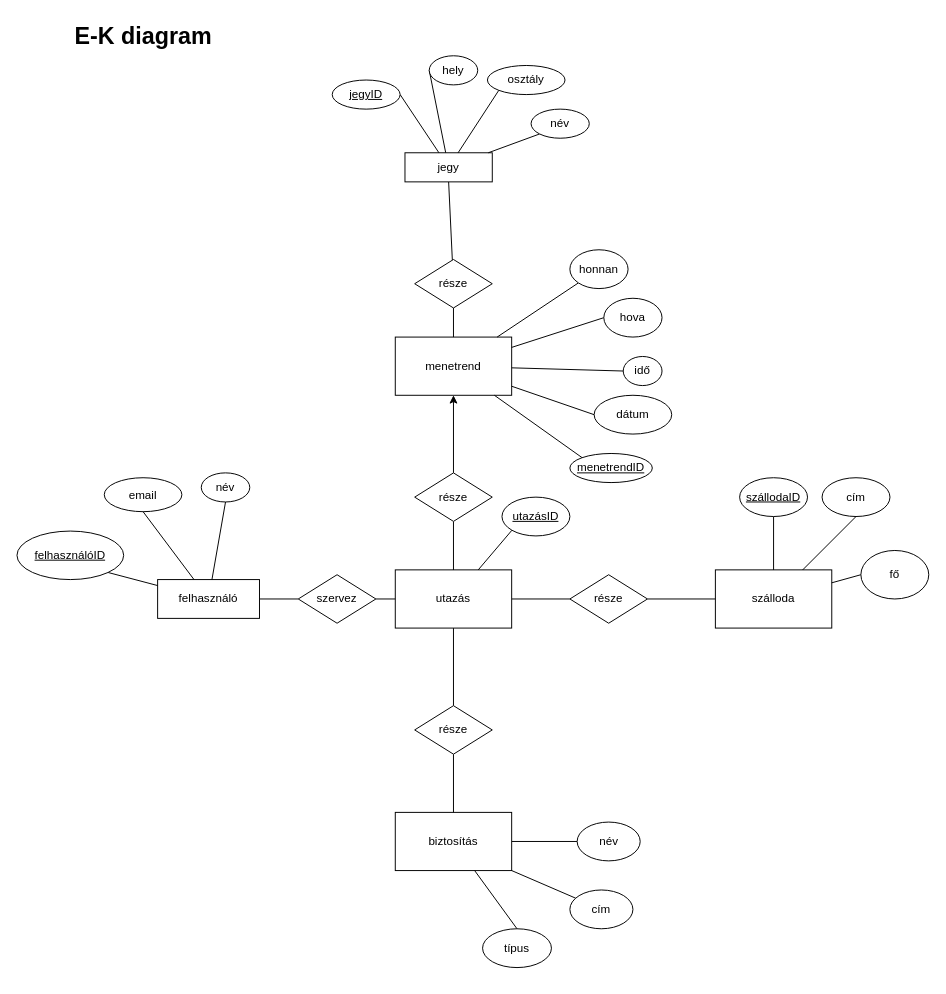
The draw.io diagram page "E-K diagram" (5 of 6) of docs/utazasi_iroda.drawio in Skrivoo/utazasi-iroda-project, before the edit. Source tidied: cells renumbered, new cells numbered last; positions are measured from the earlier drawing's top-left corner, leaving out a move shared by most shapes. Both pictures are drawn from the tidied source at 97%, with x=0, y=0 at pixel (16, 16).
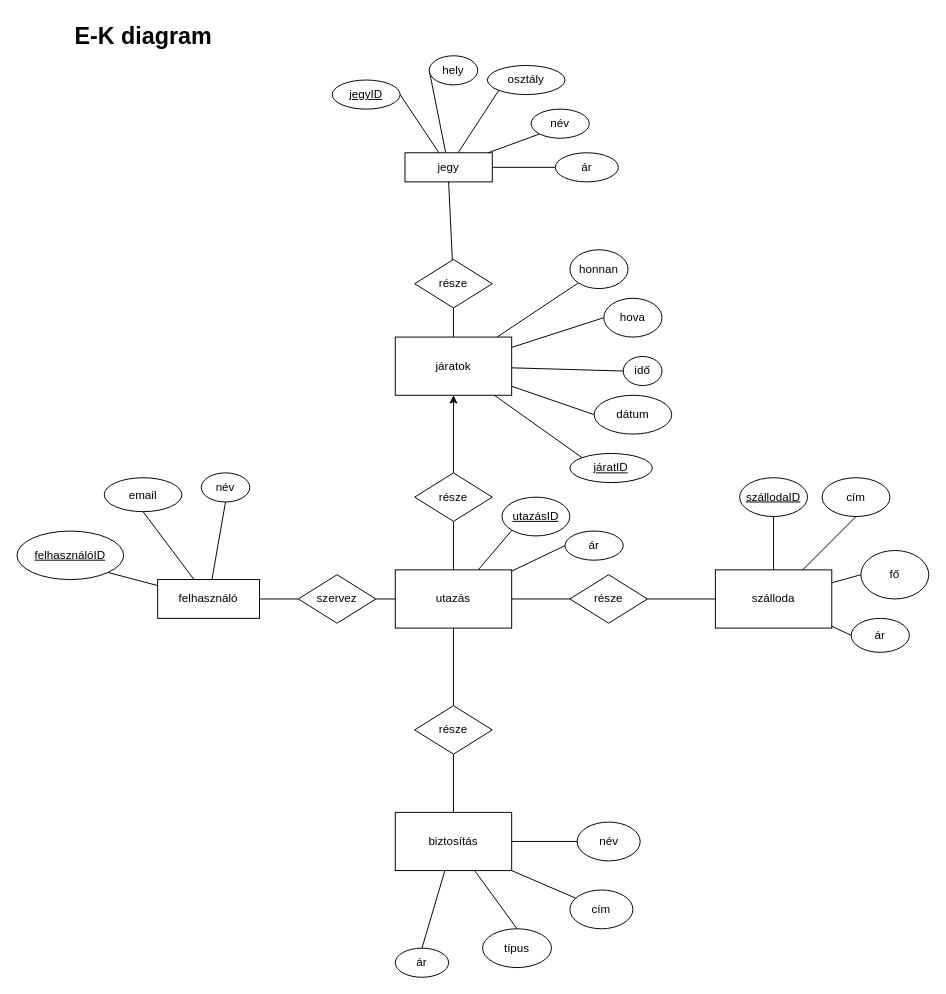
Above is the later version.

Commit message:
szerep-funkció + E-K ár hozzáadása

The change refers to these unchanged cells:
```xml
<mxCell id="5" value="jegy" style="rounded=0;whiteSpace=wrap;html=1;" parent="1" vertex="1">
  <mxGeometry x="400" y="140" width="90" height="30" as="geometry" />
</mxCell>
<mxCell id="6" value="szálloda" style="rounded=0;whiteSpace=wrap;html=1;" parent="1" vertex="1">
  <mxGeometry x="720" y="570" width="120" height="60" as="geometry" />
</mxCell>
<mxCell id="9" value="biztosítás" style="rounded=0;whiteSpace=wrap;html=1;" parent="1" vertex="1">
  <mxGeometry x="390" y="820" width="120" height="60" as="geometry" />
</mxCell>
<mxCell id="13" value="utazás" style="rounded=0;whiteSpace=wrap;html=1;" parent="1" vertex="1">
  <mxGeometry x="390" y="570" width="120" height="60" as="geometry" />
</mxCell>
```

Diff of the diagram source:
```diff
@@
-    <mxCell id="10" value="menetrend" style="rounded=0;whiteSpace=wrap;html=1;" parent="1" vertex="1">
+    <mxCell id="10" value="járatok" style="rounded=0;whiteSpace=wrap;html=1;" parent="1" vertex="1">
       <mxGeometry x="390" y="330" width="120" height="60" as="geometry" />
     </mxCell>
@@
-    <mxCell id="31" value="&lt;u&gt;menetrendID&lt;/u&gt;" style="ellipse;whiteSpace=wrap;html=1;" parent="1" vertex="1">
+    <mxCell id="31" value="&lt;u&gt;járatID&lt;/u&gt;" style="ellipse;whiteSpace=wrap;html=1;" parent="1" vertex="1">
       <mxGeometry x="570" y="450" width="85" height="30" as="geometry" />
     </mxCell>
@@
+    <mxCell id="62" style="edgeStyle=none;rounded=0;jettySize=auto;html=1;exitX=0;exitY=0.5;exitDx=0;exitDy=0;startArrow=none;startFill=0;endArrow=none;endFill=0;" parent="1" edge="1" source="63" target="5">
+      <mxGeometry relative="1" as="geometry" />
+    </mxCell>
+    <mxCell id="63" value="ár" style="ellipse;whiteSpace=wrap;html=1;" parent="1" vertex="1">
+      <mxGeometry x="555" y="140" width="65" height="30" as="geometry" />
+    </mxCell>
+    <mxCell id="64" style="edgeStyle=none;rounded=0;jettySize=auto;html=1;exitX=0;exitY=0.5;exitDx=0;exitDy=0;startArrow=none;startFill=0;endArrow=none;endFill=0;" parent="1" edge="1" source="65" target="6">
+      <mxGeometry relative="1" as="geometry" />
+    </mxCell>
+    <mxCell id="65" value="ár" style="ellipse;whiteSpace=wrap;html=1;" parent="1" vertex="1">
+      <mxGeometry x="860" y="620" width="60" height="35" as="geometry" />
+    </mxCell>
+    <mxCell id="66" style="edgeStyle=none;rounded=0;jettySize=auto;html=1;exitX=0.5;exitY=0;exitDx=0;exitDy=0;startArrow=none;startFill=0;endArrow=none;endFill=0;" parent="1" edge="1" source="67" target="9">
+      <mxGeometry relative="1" as="geometry" />
+    </mxCell>
+    <mxCell id="67" value="ár" style="ellipse;whiteSpace=wrap;html=1;" parent="1" vertex="1">
+      <mxGeometry x="390" y="960" width="55" height="30" as="geometry" />
+    </mxCell>
+    <mxCell id="68" style="edgeStyle=none;rounded=0;jettySize=auto;html=1;exitX=0;exitY=0.5;exitDx=0;exitDy=0;startArrow=none;startFill=0;endArrow=none;endFill=0;" parent="1" edge="1" source="69" target="13">
+      <mxGeometry relative="1" as="geometry" />
+    </mxCell>
+    <mxCell id="69" value="ár" style="ellipse;whiteSpace=wrap;html=1;" parent="1" vertex="1">
+      <mxGeometry x="565" y="530" width="60" height="30" as="geometry" />
+    </mxCell>
```
